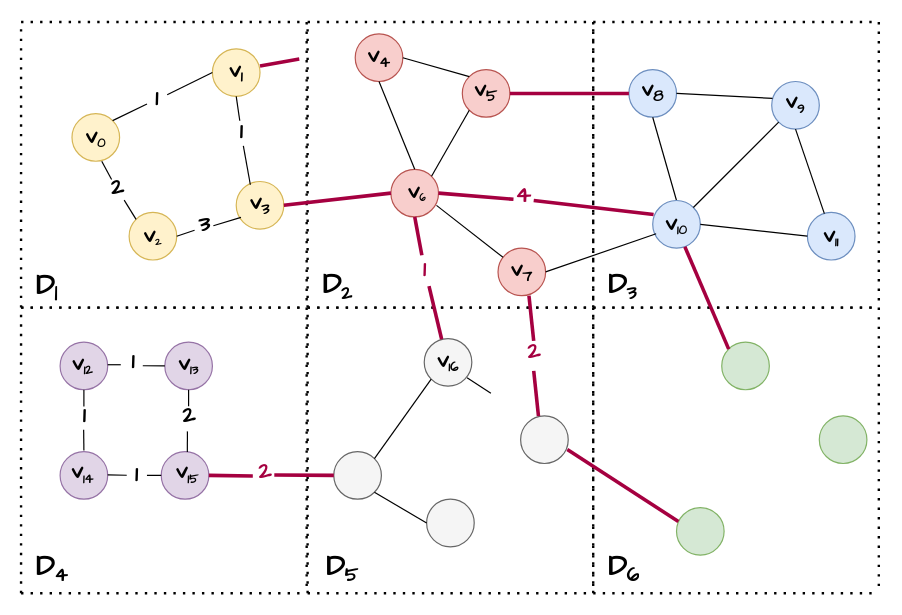
coldbubbletea/World-of-Warcraft--Non-graphical-interface-CPP-game keeps this draw.io diagram as 未命名绘图.drawio. Above is the earlier version. Source tidied: cells renumbered, new cells numbered last; positions are measured from the earlier drawing's top-left corner, leaving out a move shared by most shapes. Both pictures are drawn from the tidied source at 119%, with x=0, y=0 at pixel (20, 21).
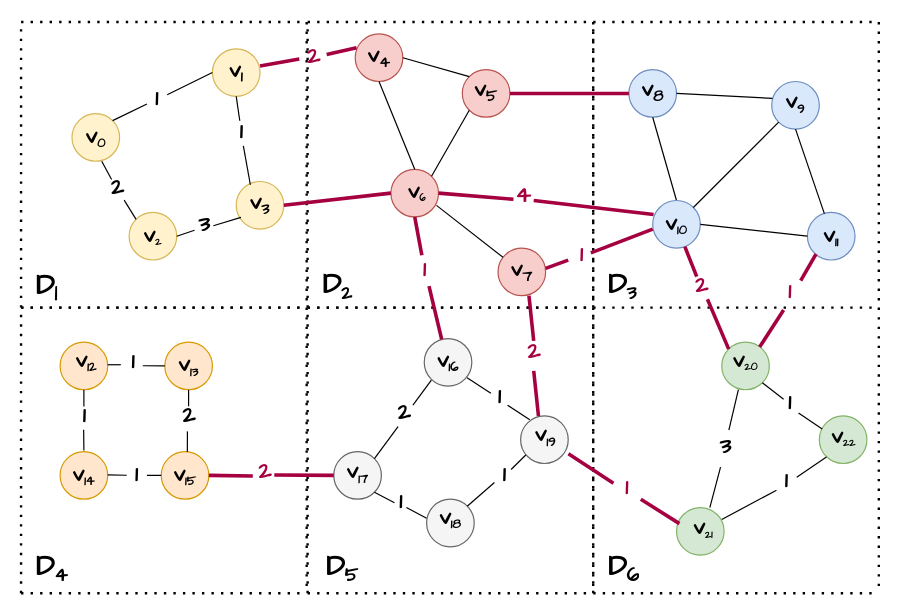
Above is the later version.

Commit message (it also covers changes not shown here):
更新未命名绘图.drawio

Unchanged cells that the change refers to:
```xml
<mxCell id="8" style="ellipse;whiteSpace=wrap;html=1;fillColor=#dae8fc;strokeColor=#6c8ebf;" parent="1" vertex="1">
  <mxGeometry x="661" y="160" width="40" height="40" as="geometry" />
</mxCell>
<mxCell id="11" style="ellipse;whiteSpace=wrap;html=1;fillColor=#f8cecc;strokeColor=#b85450;" parent="1" vertex="1">
  <mxGeometry x="281" y="10" width="40" height="40" as="geometry" />
</mxCell>
<mxCell id="14" style="ellipse;whiteSpace=wrap;html=1;fillColor=#f8cecc;strokeColor=#b85450;" parent="1" vertex="1">
  <mxGeometry x="401" y="190" width="40" height="40" as="geometry" />
</mxCell>
<mxCell id="15" style="ellipse;whiteSpace=wrap;html=1;fillColor=#dae8fc;strokeColor=#6c8ebf;" parent="1" vertex="1">
  <mxGeometry x="531" y="150" width="40" height="40" as="geometry" />
</mxCell>
<mxCell id="73" style="ellipse;whiteSpace=wrap;html=1;fillColor=#f5f5f5;strokeColor=#666666;fontColor=#333333;" parent="1" vertex="1">
  <mxGeometry x="420" y="331" width="40" height="40" as="geometry" />
</mxCell>
<mxCell id="74" style="ellipse;whiteSpace=wrap;html=1;fillColor=#f5f5f5;strokeColor=#666666;fontColor=#333333;" parent="1" vertex="1">
  <mxGeometry x="339" y="266" width="40" height="40" as="geometry" />
</mxCell>
<mxCell id="75" style="ellipse;whiteSpace=wrap;html=1;fillColor=#f5f5f5;strokeColor=#666666;fontColor=#333333;" parent="1" vertex="1">
  <mxGeometry x="341" y="401" width="40" height="40" as="geometry" />
</mxCell>
<mxCell id="76" style="ellipse;whiteSpace=wrap;html=1;fillColor=#f5f5f5;strokeColor=#666666;fontColor=#333333;" parent="1" vertex="1">
  <mxGeometry x="263" y="361" width="40" height="40" as="geometry" />
</mxCell>
<mxCell id="80" style="ellipse;whiteSpace=wrap;html=1;fillColor=#d5e8d4;strokeColor=#82b366;" parent="1" vertex="1">
  <mxGeometry x="671" y="331" width="40" height="40" as="geometry" />
</mxCell>
<mxCell id="81" style="ellipse;whiteSpace=wrap;html=1;fillColor=#d5e8d4;strokeColor=#82b366;" parent="1" vertex="1">
  <mxGeometry x="589" y="269" width="40" height="40" as="geometry" />
</mxCell>
<mxCell id="82" style="ellipse;whiteSpace=wrap;html=1;fillColor=#d5e8d4;strokeColor=#82b366;" parent="1" vertex="1">
  <mxGeometry x="551" y="408" width="40" height="40" as="geometry" />
</mxCell>
```

Change to the diagram source:
```diff
@@
-    <mxCell id="33" style="endArrow=none;dashed=1;html=1;dashPattern=1 3;strokeWidth=2;rounded=0;" parent="1" edge="1">
-      <mxGeometry relative="1" as="geometry">
-        <mxPoint x="481" y="240" as="sourcePoint" />
-        <mxPoint x="721" y="240" as="targetPoint" />
-      </mxGeometry>
-    </mxCell>
@@
-    <mxCell id="69" style="ellipse;whiteSpace=wrap;html=1;fillColor=#e1d5e7;strokeColor=#9673a6;" parent="1" vertex="1">
+    <mxCell id="69" style="ellipse;whiteSpace=wrap;html=1;fillColor=#ffe6cc;strokeColor=#d79b00;" parent="1" vertex="1">
       <mxGeometry x="121" y="269" width="40" height="40" as="geometry" />
     </mxCell>
-    <mxCell id="70" style="ellipse;whiteSpace=wrap;html=1;fillColor=#e1d5e7;strokeColor=#9673a6;" parent="1" vertex="1">
+    <mxCell id="70" style="ellipse;whiteSpace=wrap;html=1;fillColor=#ffe6cc;strokeColor=#d79b00;" parent="1" vertex="1">
       <mxGeometry x="33" y="269" width="40" height="40" as="geometry" />
     </mxCell>
-    <mxCell id="71" style="ellipse;whiteSpace=wrap;html=1;fillColor=#e1d5e7;strokeColor=#9673a6;" parent="1" vertex="1">
+    <mxCell id="71" style="ellipse;whiteSpace=wrap;html=1;fillColor=#ffe6cc;strokeColor=#d79b00;" parent="1" vertex="1">
       <mxGeometry x="118" y="361" width="40" height="40" as="geometry" />
     </mxCell>
-    <mxCell id="72" style="ellipse;whiteSpace=wrap;html=1;fillColor=#e1d5e7;strokeColor=#9673a6;" parent="1" vertex="1">
+    <mxCell id="72" style="ellipse;whiteSpace=wrap;html=1;fillColor=#ffe6cc;strokeColor=#d79b00;" parent="1" vertex="1">
       <mxGeometry x="33" y="361" width="40" height="40" as="geometry" />
     </mxCell>
@@
-    <mxCell id="83" style="endArrow=none;html=1;rounded=0;entryX=0.072;entryY=0.699;entryDx=0;entryDy=0;entryPerimeter=0;exitX=1;exitY=0.5;exitDx=0;exitDy=0;" parent="1" edge="1" source="14" target="15">
-      <mxGeometry relative="1" as="geometry" />
-    </mxCell>
@@
-    <mxCell id="85" style="endArrow=none;html=1;rounded=0;entryX=1;entryY=1;entryDx=0;entryDy=0;exitX=0;exitY=0.5;exitDx=0;exitDy=0;" parent="1" edge="1" source="75" target="76">
-      <mxGeometry relative="1" as="geometry" />
+    <mxCell id="85" style="endArrow=none;html=1;rounded=0;entryX=1;entryY=1;entryDx=0;entryDy=0;" parent="1" edge="1" target="76">
+      <mxGeometry relative="1" as="geometry">
+        <mxPoint x="314" y="404" as="sourcePoint" />
+      </mxGeometry>
     </mxCell>
@@
-    <mxCell id="87" style="endArrow=none;html=1;rounded=0;entryX=0;entryY=1;entryDx=0;entryDy=0;exitX=1;exitY=0;exitDx=0;exitDy=0;" parent="1" edge="1" source="76" target="74">
-      <mxGeometry relative="1" as="geometry" />
+    <mxCell id="87" style="endArrow=none;html=1;rounded=0;exitX=1;exitY=0;exitDx=0;exitDy=0;" parent="1" edge="1" source="76">
+      <mxGeometry relative="1" as="geometry">
+        <mxPoint x="317" y="340" as="targetPoint" />
+      </mxGeometry>
     </mxCell>
@@
-    <mxCell id="103" style="endArrow=none;html=1;rounded=0;strokeWidth=3;fillColor=#d80073;strokeColor=#A50040;exitX=0.039;exitY=0.293;exitDx=0;exitDy=0;exitPerimeter=0;entryX=0.981;entryY=0.707;entryDx=0;entryDy=0;entryPerimeter=0;" parent="1" edge="1" source="82" target="73">
-      <mxGeometry relative="1" as="geometry" />
-    </mxCell>
-    <mxCell id="104" style="endArrow=none;html=1;rounded=0;strokeWidth=3;fillColor=#d80073;strokeColor=#A50040;exitX=0;exitY=0;exitDx=0;exitDy=0;entryX=0.5;entryY=1;entryDx=0;entryDy=0;" parent="1" edge="1" source="81">
+    <mxCell id="104" style="endArrow=none;html=1;rounded=0;strokeWidth=3;fillColor=#d80073;strokeColor=#A50040;entryX=0.5;entryY=1;entryDx=0;entryDy=0;" parent="1" edge="1">
       <mxGeometry relative="1" as="geometry">
+        <mxPoint x="568" y="214" as="sourcePoint" />
         <mxPoint x="558" y="188.8" as="targetPoint" />
       </mxGeometry>
     </mxCell>
@@
     <mxCell id="109" value="&lt;h2 style=&quot;&quot;&gt;&lt;font style=&quot;font-size: 19px;&quot;&gt;v&lt;/font&gt;&lt;font style=&quot;font-size: 13.1944px;&quot;&gt;&lt;sub&gt;12&lt;/sub&gt;&lt;/font&gt;&lt;/h2&gt;" style="text;html=1;strokeColor=none;fillColor=none;align=center;verticalAlign=middle;whiteSpace=wrap;rounded=0;fontFamily=Comic Sans MS;" parent="1" vertex="1">
-      <mxGeometry x="41.5" y="278.8" width="20" height="17.5" as="geometry" />
+      <mxGeometry x="44.5" y="275.8" width="20" height="17.5" as="geometry" />
     </mxCell>
     <mxCell id="110" value="&lt;h2 style=&quot;&quot;&gt;&lt;font style=&quot;font-size: 19px;&quot;&gt;v&lt;/font&gt;&lt;font style=&quot;font-size: 13.1944px;&quot;&gt;&lt;sub&gt;13&lt;/sub&gt;&lt;/font&gt;&lt;/h2&gt;" style="text;html=1;strokeColor=none;fillColor=none;align=center;verticalAlign=middle;whiteSpace=wrap;rounded=0;fontFamily=Comic Sans MS;" parent="1" vertex="1">
-      <mxGeometry x="131" y="278.8" width="20" height="17.5" as="geometry" />
+      <mxGeometry x="131" y="280.2" width="20" height="17.5" as="geometry" />
     </mxCell>
     <mxCell id="111" value="&lt;h2 style=&quot;&quot;&gt;&lt;font style=&quot;font-size: 19px;&quot;&gt;v&lt;/font&gt;&lt;font style=&quot;font-size: 13.1944px;&quot;&gt;&lt;sub&gt;14&lt;/sub&gt;&lt;/font&gt;&lt;/h2&gt;" style="text;html=1;strokeColor=none;fillColor=none;align=center;verticalAlign=middle;whiteSpace=wrap;rounded=0;fontFamily=Comic Sans MS;" parent="1" vertex="1">
-      <mxGeometry x="41.5" y="370.5" width="20" height="17.5" as="geometry" />
+      <mxGeometry x="43" y="372.2" width="20" height="17.5" as="geometry" />
     </mxCell>
     <mxCell id="112" value="&lt;h2 style=&quot;&quot;&gt;&lt;font style=&quot;font-size: 19px;&quot;&gt;v&lt;/font&gt;&lt;font style=&quot;font-size: 13.1944px;&quot;&gt;&lt;sub&gt;15&lt;/sub&gt;&lt;/font&gt;&lt;/h2&gt;" style="text;html=1;strokeColor=none;fillColor=none;align=center;verticalAlign=middle;whiteSpace=wrap;rounded=0;fontFamily=Comic Sans MS;" parent="1" vertex="1">
-      <mxGeometry x="129.5" y="370.2" width="20" height="17.5" as="geometry" />
+      <mxGeometry x="128" y="372.2" width="20" height="17.5" as="geometry" />
     </mxCell>
@@
+    <mxCell id="127" value="&lt;font color=&quot;#a50040&quot; style=&quot;font-size: 19px;&quot; face=&quot;Comic Sans MS&quot;&gt;&lt;b&gt;2&lt;/b&gt;&lt;/font&gt;" style="text;html=1;strokeColor=none;fillColor=none;align=center;verticalAlign=middle;whiteSpace=wrap;rounded=0;" parent="1" vertex="1">
+      <mxGeometry x="561" y="213" width="23" height="18" as="geometry" />
+    </mxCell>
+    <mxCell id="128" style="endArrow=none;html=1;rounded=0;strokeWidth=3;fillColor=#d80073;strokeColor=#A50040;entryX=0.5;entryY=1;entryDx=0;entryDy=0;exitX=0;exitY=0;exitDx=0;exitDy=0;" parent="1" edge="1" source="81">
+      <mxGeometry relative="1" as="geometry">
+        <mxPoint x="577" y="233" as="targetPoint" />
+      </mxGeometry>
+    </mxCell>
+    <mxCell id="129" value="&lt;font color=&quot;#a50040&quot; style=&quot;font-size: 19px;&quot; face=&quot;Comic Sans MS&quot;&gt;&lt;b&gt;1&lt;/b&gt;&lt;/font&gt;" style="text;html=1;strokeColor=none;fillColor=none;align=center;verticalAlign=middle;whiteSpace=wrap;rounded=0;" parent="1" vertex="1">
+      <mxGeometry x="635" y="218" width="23" height="18" as="geometry" />
+    </mxCell>
+    <mxCell id="130" style="endArrow=none;html=1;rounded=0;strokeWidth=3;fillColor=#d80073;strokeColor=#A50040;entryX=0.181;entryY=0.874;entryDx=0;entryDy=0;entryPerimeter=0;exitX=0.885;exitY=-0.033;exitDx=0;exitDy=0;exitPerimeter=0;" parent="1" edge="1" source="129" target="8">
+      <mxGeometry relative="1" as="geometry" />
+    </mxCell>
+    <mxCell id="131" style="endArrow=none;html=1;rounded=0;strokeWidth=3;fillColor=#d80073;strokeColor=#A50040;entryX=0.16;entryY=0.889;entryDx=0;entryDy=0;entryPerimeter=0;exitX=0.796;exitY=0.103;exitDx=0;exitDy=0;exitPerimeter=0;" parent="1" edge="1" source="81">
+      <mxGeometry relative="1" as="geometry">
+        <mxPoint x="641" y="242" as="targetPoint" />
+      </mxGeometry>
+    </mxCell>
+    <mxCell id="132" value="&lt;font color=&quot;#a50040&quot; style=&quot;font-size: 19px;&quot; face=&quot;Comic Sans MS&quot;&gt;&lt;b&gt;1&lt;/b&gt;&lt;/font&gt;" style="text;html=1;strokeColor=none;fillColor=none;align=center;verticalAlign=middle;whiteSpace=wrap;rounded=0;" parent="1" vertex="1">
+      <mxGeometry x="498" y="383" width="23" height="18" as="geometry" />
+    </mxCell>
+    <mxCell id="133" style="endArrow=none;html=1;rounded=0;strokeWidth=3;fillColor=#d80073;strokeColor=#A50040;entryX=1.004;entryY=0.794;entryDx=0;entryDy=0;entryPerimeter=0;exitX=0;exitY=0.25;exitDx=0;exitDy=0;" parent="1" edge="1" source="132" target="73">
+      <mxGeometry relative="1" as="geometry" />
+    </mxCell>
+    <mxCell id="134" value="&lt;font color=&quot;#a50040&quot; style=&quot;font-size: 19px;&quot; face=&quot;Comic Sans MS&quot;&gt;&lt;b&gt;2&lt;/b&gt;&lt;/font&gt;" style="text;html=1;strokeColor=none;fillColor=none;align=center;verticalAlign=middle;whiteSpace=wrap;rounded=0;" parent="1" vertex="1">
+      <mxGeometry x="235" y="21.2" width="23" height="18" as="geometry" />
+    </mxCell>
+    <mxCell id="135" style="endArrow=none;html=1;rounded=0;exitX=1;exitY=1;exitDx=0;exitDy=0;strokeWidth=3;fillColor=#d80073;strokeColor=#A50040;entryX=0.061;entryY=0.338;entryDx=0;entryDy=0;entryPerimeter=0;" parent="1" edge="1" source="132" target="82">
+      <mxGeometry relative="1" as="geometry" />
+    </mxCell>
+    <mxCell id="136" style="endArrow=none;html=1;rounded=0;exitX=1;exitY=0.5;exitDx=0;exitDy=0;strokeWidth=3;fillColor=#d80073;strokeColor=#A50040;entryX=0.029;entryY=0.291;entryDx=0;entryDy=0;entryPerimeter=0;" parent="1" edge="1" target="11">
+      <mxGeometry relative="1" as="geometry">
+        <mxPoint x="257" y="27.2" as="sourcePoint" />
+      </mxGeometry>
+    </mxCell>
+    <mxCell id="137" value="&lt;font size=&quot;1&quot; face=&quot;Comic Sans MS&quot;&gt;&lt;b style=&quot;font-size: 19px;&quot;&gt;3&lt;/b&gt;&lt;/font&gt;" style="text;html=1;strokeColor=none;fillColor=none;align=center;verticalAlign=middle;whiteSpace=wrap;rounded=0;" parent="1" vertex="1">
+      <mxGeometry x="584" y="351" width="17" height="14.5" as="geometry" />
+    </mxCell>
+    <mxCell id="138" style="endArrow=none;html=1;rounded=0;" parent="1" edge="1">
+      <mxGeometry relative="1" as="geometry">
+        <mxPoint x="595" y="343" as="sourcePoint" />
+        <mxPoint x="603" y="309" as="targetPoint" />
+      </mxGeometry>
+    </mxCell>
+    <mxCell id="139" style="endArrow=none;html=1;rounded=0;" parent="1" edge="1">
+      <mxGeometry relative="1" as="geometry">
+        <mxPoint x="579" y="408" as="sourcePoint" />
+        <mxPoint x="588" y="374" as="targetPoint" />
+      </mxGeometry>
+    </mxCell>
+    <mxCell id="140" style="endArrow=none;html=1;rounded=0;entryX=1;entryY=1;entryDx=0;entryDy=0;" parent="1" edge="1" target="81">
+      <mxGeometry relative="1" as="geometry">
+        <mxPoint x="641" y="317" as="sourcePoint" />
+      </mxGeometry>
+    </mxCell>
+    <mxCell id="141" value="&lt;h2 style=&quot;&quot;&gt;&lt;font style=&quot;font-size: 19px;&quot;&gt;v&lt;/font&gt;&lt;font style=&quot;font-size: 13.1944px;&quot;&gt;&lt;sub&gt;17&lt;/sub&gt;&lt;/font&gt;&lt;/h2&gt;" style="text;html=1;strokeColor=none;fillColor=none;align=center;verticalAlign=middle;whiteSpace=wrap;rounded=0;fontFamily=Comic Sans MS;" parent="1" vertex="1">
+      <mxGeometry x="273" y="370.5" width="20" height="17.5" as="geometry" />
+    </mxCell>
+    <mxCell id="142" value="&lt;h2 style=&quot;&quot;&gt;&lt;font style=&quot;font-size: 19px;&quot;&gt;v&lt;/font&gt;&lt;font style=&quot;font-size: 13.1944px;&quot;&gt;&lt;sub&gt;18&lt;/sub&gt;&lt;/font&gt;&lt;/h2&gt;" style="text;html=1;strokeColor=none;fillColor=none;align=center;verticalAlign=middle;whiteSpace=wrap;rounded=0;fontFamily=Comic Sans MS;" parent="1" vertex="1">
+      <mxGeometry x="351" y="408" width="20" height="17.5" as="geometry" />
+    </mxCell>
+    <mxCell id="143" value="&lt;h2 style=&quot;&quot;&gt;&lt;font style=&quot;font-size: 19px;&quot;&gt;v&lt;/font&gt;&lt;font style=&quot;font-size: 13.1944px;&quot;&gt;&lt;sub&gt;19&lt;/sub&gt;&lt;/font&gt;&lt;/h2&gt;" style="text;html=1;strokeColor=none;fillColor=none;align=center;verticalAlign=middle;whiteSpace=wrap;rounded=0;fontFamily=Comic Sans MS;" parent="1" vertex="1">
+      <mxGeometry x="431" y="339.5" width="20" height="17.5" as="geometry" />
+    </mxCell>
+    <mxCell id="144" value="&lt;h2 style=&quot;&quot;&gt;&lt;font style=&quot;font-size: 19px;&quot;&gt;v&lt;/font&gt;&lt;font style=&quot;font-size: 10.9953px;&quot;&gt;&lt;sub&gt;20&lt;/sub&gt;&lt;/font&gt;&lt;/h2&gt;" style="text;html=1;strokeColor=none;fillColor=none;align=center;verticalAlign=middle;whiteSpace=wrap;rounded=0;fontFamily=Comic Sans MS;" parent="1" vertex="1">
+      <mxGeometry x="599" y="275.8" width="20" height="17.5" as="geometry" />
+    </mxCell>
+    <mxCell id="145" value="&lt;font size=&quot;1&quot; face=&quot;Comic Sans MS&quot;&gt;&lt;b style=&quot;font-size: 19px;&quot;&gt;1&lt;/b&gt;&lt;/font&gt;" style="text;html=1;strokeColor=none;fillColor=none;align=center;verticalAlign=middle;whiteSpace=wrap;rounded=0;" parent="1" vertex="1">
+      <mxGeometry x="638" y="314" width="17" height="14.5" as="geometry" />
+    </mxCell>
+    <mxCell id="146" style="endArrow=none;html=1;rounded=0;entryX=0.913;entryY=1.004;entryDx=0;entryDy=0;entryPerimeter=0;exitX=0.061;exitY=0.277;exitDx=0;exitDy=0;exitPerimeter=0;" parent="1" edge="1" source="80" target="145">
+      <mxGeometry relative="1" as="geometry" />
+    </mxCell>
+    <mxCell id="147" value="&lt;h2 style=&quot;&quot;&gt;&lt;font style=&quot;font-size: 19px;&quot;&gt;v&lt;/font&gt;&lt;font style=&quot;font-size: 10.9953px;&quot;&gt;&lt;sub&gt;21&lt;/sub&gt;&lt;/font&gt;&lt;/h2&gt;" style="text;html=1;strokeColor=none;fillColor=none;align=center;verticalAlign=middle;whiteSpace=wrap;rounded=0;fontFamily=Comic Sans MS;" parent="1" vertex="1">
+      <mxGeometry x="562.5" y="417" width="20.5" height="18" as="geometry" />
+    </mxCell>
+    <mxCell id="148" value="&lt;h2 style=&quot;&quot;&gt;&lt;font style=&quot;font-size: 19px;&quot;&gt;v&lt;/font&gt;&lt;font style=&quot;font-size: 10.9953px;&quot;&gt;&lt;sub&gt;22&lt;/sub&gt;&lt;/font&gt;&lt;/h2&gt;" style="text;html=1;strokeColor=none;fillColor=none;align=center;verticalAlign=middle;whiteSpace=wrap;rounded=0;fontFamily=Comic Sans MS;" parent="1" vertex="1">
+      <mxGeometry x="680.8" y="339.5" width="20.5" height="18" as="geometry" />
+    </mxCell>
+    <mxCell id="149" value="&lt;font size=&quot;1&quot; face=&quot;Comic Sans MS&quot;&gt;&lt;b style=&quot;font-size: 19px;&quot;&gt;2&lt;/b&gt;&lt;/font&gt;" style="text;html=1;strokeColor=none;fillColor=none;align=center;verticalAlign=middle;whiteSpace=wrap;rounded=0;" parent="1" vertex="1">
+      <mxGeometry x="314" y="322" width="17" height="14.5" as="geometry" />
+    </mxCell>
+    <mxCell id="150" style="endArrow=none;html=1;rounded=0;exitX=1;exitY=0;exitDx=0;exitDy=0;" parent="1" edge="1">
+      <mxGeometry relative="1" as="geometry">
+        <mxPoint x="329.5" y="322" as="sourcePoint" />
+        <mxPoint x="345" y="301" as="targetPoint" />
+      </mxGeometry>
+    </mxCell>
+    <mxCell id="151" value="&lt;font size=&quot;1&quot; face=&quot;Comic Sans MS&quot;&gt;&lt;b style=&quot;font-size: 19px;&quot;&gt;1&lt;/b&gt;&lt;/font&gt;" style="text;html=1;strokeColor=none;fillColor=none;align=center;verticalAlign=middle;whiteSpace=wrap;rounded=0;" parent="1" vertex="1">
+      <mxGeometry x="394" y="309" width="17" height="14.5" as="geometry" />
+    </mxCell>
+    <mxCell id="152" style="endArrow=none;html=1;rounded=0;exitX=0.193;exitY=0.083;exitDx=0;exitDy=0;exitPerimeter=0;" parent="1" edge="1" source="73">
+      <mxGeometry relative="1" as="geometry">
+        <mxPoint x="409" y="322" as="targetPoint" />
+      </mxGeometry>
+    </mxCell>
+    <mxCell id="153" value="&lt;font size=&quot;1&quot; face=&quot;Comic Sans MS&quot;&gt;&lt;b style=&quot;font-size: 19px;&quot;&gt;1&lt;/b&gt;&lt;/font&gt;" style="text;html=1;strokeColor=none;fillColor=none;align=center;verticalAlign=middle;whiteSpace=wrap;rounded=0;" parent="1" vertex="1">
+      <mxGeometry x="311" y="397" width="17" height="14.5" as="geometry" />
+    </mxCell>
+    <mxCell id="154" style="endArrow=none;html=1;rounded=0;entryX=1;entryY=1;entryDx=0;entryDy=0;" parent="1" edge="1">
+      <mxGeometry relative="1" as="geometry">
+        <mxPoint x="341" y="417" as="sourcePoint" />
+        <mxPoint x="324" y="408" as="targetPoint" />
+      </mxGeometry>
+    </mxCell>
+    <mxCell id="155" value="&lt;font size=&quot;1&quot; face=&quot;Comic Sans MS&quot;&gt;&lt;b style=&quot;font-size: 19px;&quot;&gt;1&lt;/b&gt;&lt;/font&gt;" style="text;html=1;strokeColor=none;fillColor=none;align=center;verticalAlign=middle;whiteSpace=wrap;rounded=0;" parent="1" vertex="1">
+      <mxGeometry x="635" y="379" width="17" height="14.5" as="geometry" />
+    </mxCell>
+    <mxCell id="156" style="endArrow=none;html=1;rounded=0;" parent="1" edge="1">
+      <mxGeometry relative="1" as="geometry">
+        <mxPoint x="652" y="382.5" as="sourcePoint" />
+        <mxPoint x="677" y="365.5" as="targetPoint" />
+      </mxGeometry>
+    </mxCell>
+    <mxCell id="157" style="endArrow=none;html=1;rounded=0;entryX=0;entryY=1;entryDx=0;entryDy=0;" parent="1" edge="1" target="155">
+      <mxGeometry relative="1" as="geometry">
+        <mxPoint x="589" y="418" as="sourcePoint" />
+      </mxGeometry>
+    </mxCell>
+    <mxCell id="158" value="&lt;font size=&quot;1&quot; face=&quot;Comic Sans MS&quot;&gt;&lt;b style=&quot;font-size: 19px;&quot;&gt;1&lt;/b&gt;&lt;/font&gt;" style="text;html=1;strokeColor=none;fillColor=none;align=center;verticalAlign=middle;whiteSpace=wrap;rounded=0;" parent="1" vertex="1">
+      <mxGeometry x="398" y="373.5" width="17" height="14.5" as="geometry" />
+    </mxCell>
+    <mxCell id="159" style="endArrow=none;html=1;rounded=0;entryX=0.108;entryY=0.821;entryDx=0;entryDy=0;entryPerimeter=0;" parent="1" edge="1" target="73">
+      <mxGeometry relative="1" as="geometry">
+        <mxPoint x="412" y="376" as="sourcePoint" />
+      </mxGeometry>
+    </mxCell>
+    <mxCell id="160" style="endArrow=none;html=1;rounded=0;exitX=1;exitY=0;exitDx=0;exitDy=0;" parent="1" edge="1" source="75">
+      <mxGeometry relative="1" as="geometry">
+        <mxPoint x="398" y="387" as="targetPoint" />
+      </mxGeometry>
+    </mxCell>
+    <mxCell id="161" value="&lt;font color=&quot;#a50040&quot; style=&quot;font-size: 19px;&quot; face=&quot;Comic Sans MS&quot;&gt;&lt;b&gt;1&lt;/b&gt;&lt;/font&gt;" style="text;html=1;strokeColor=none;fillColor=none;align=center;verticalAlign=middle;whiteSpace=wrap;rounded=0;" parent="1" vertex="1">
+      <mxGeometry x="460" y="187" width="23" height="18" as="geometry" />
+    </mxCell>
+    <mxCell id="162" style="endArrow=none;html=1;rounded=0;strokeWidth=3;fillColor=#d80073;strokeColor=#A50040;entryX=0.181;entryY=0.874;entryDx=0;entryDy=0;entryPerimeter=0;" parent="1" edge="1">
+      <mxGeometry relative="1" as="geometry">
+        <mxPoint x="479" y="194" as="sourcePoint" />
+        <mxPoint x="531" y="174" as="targetPoint" />
+      </mxGeometry>
+    </mxCell>
+    <mxCell id="163" style="endArrow=none;html=1;rounded=0;strokeWidth=3;fillColor=#d80073;strokeColor=#A50040;" parent="1" edge="1" target="161">
+      <mxGeometry relative="1" as="geometry">
+        <mxPoint x="441" y="207" as="sourcePoint" />
+      </mxGeometry>
+    </mxCell>
```
